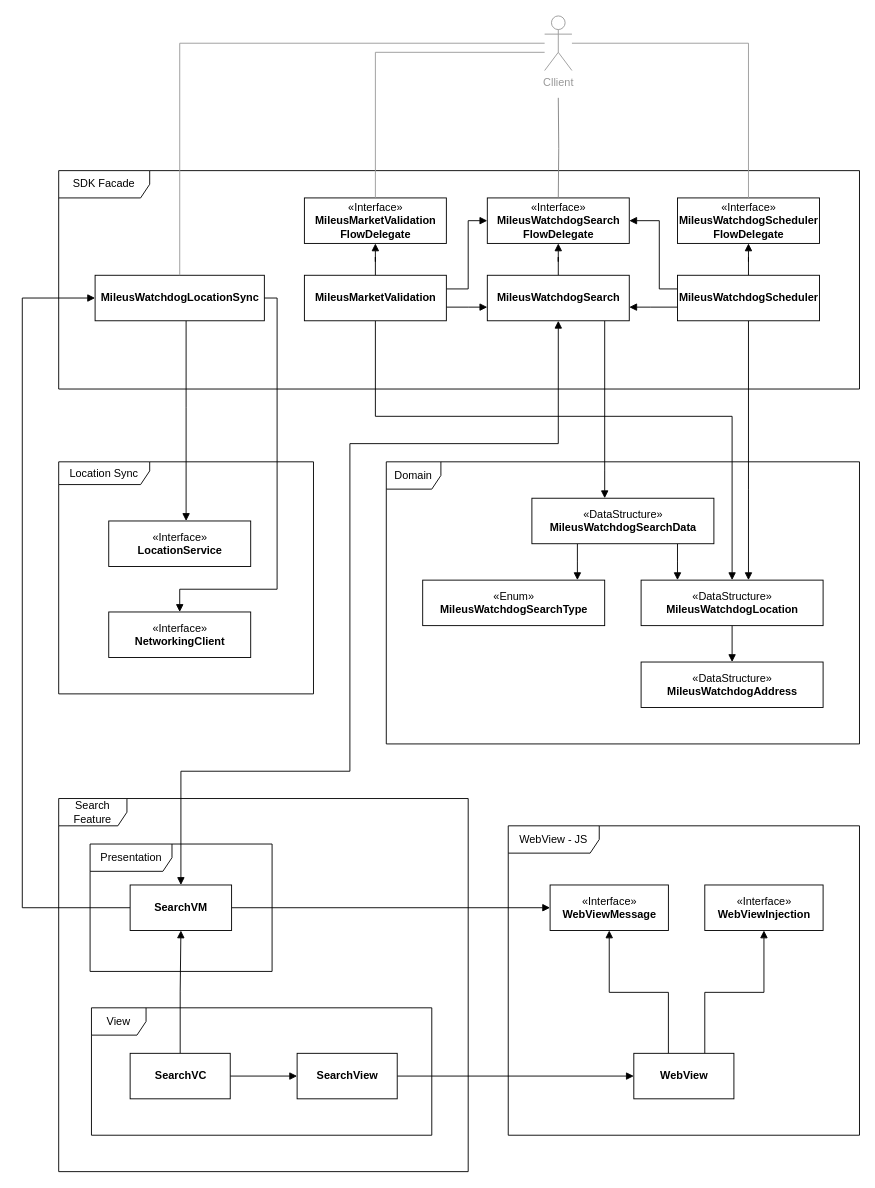
Before: Documentation/Mileus Internal SDK.drawio in mileus/watchdog-sdk-ios, a draw.io diagram. Source tidied: cells renumbered, new cells numbered last; positions are measured from the earlier drawing's top-left corner, leaving out a move shared by most shapes. Both pictures are drawn from the tidied source at 91%, with x=0, y=0 at pixel (22, 15).
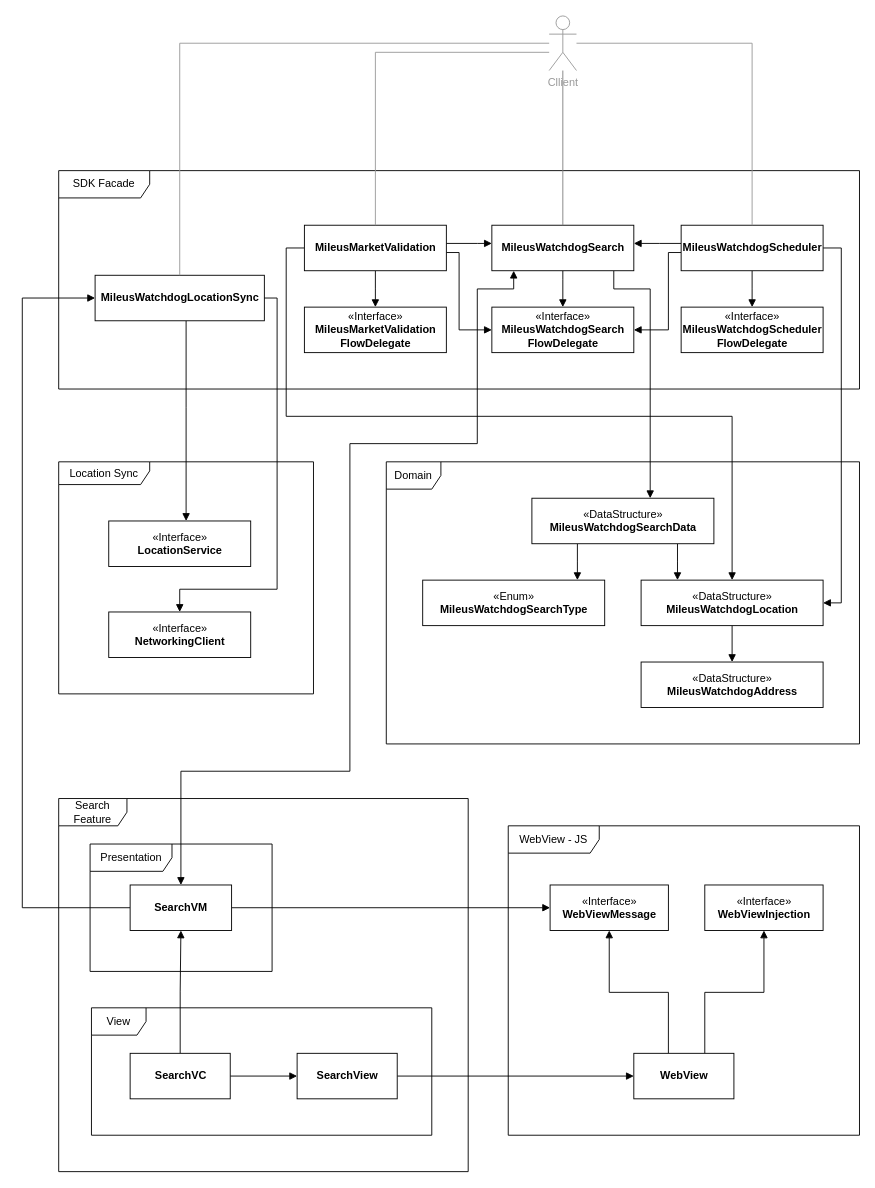
The same page after the edit.

Commit message (it also covers changes not shown here):
Updated Class Diagram.

Unchanged cells that the change refers to:
```xml
<mxCell id="16" value="&lt;b&gt;SearchVM&lt;/b&gt;" style="html=1;" parent="1" vertex="1">
  <mxGeometry x="118.5" y="955" width="111.5" height="50" as="geometry" />
</mxCell>
<mxCell id="34" value="«DataStructure»&lt;br&gt;&lt;b&gt;MileusWatchdogSearchData&lt;/b&gt;" style="html=1;" parent="1" vertex="1">
  <mxGeometry x="560" y="530" width="200" height="50" as="geometry" />
</mxCell>
<mxCell id="37" value="«DataStructure»&lt;br&gt;&lt;b&gt;MileusWatchdogLocation&lt;/b&gt;" style="html=1;" parent="1" vertex="1">
  <mxGeometry x="680" y="620" width="200" height="50" as="geometry" />
</mxCell>
```

Change to the diagram source:
```diff
@@
     <mxCell id="13" style="edgeStyle=orthogonalEdgeStyle;rounded=0;jettySize=auto;html=1;endArrow=block;endFill=1;startArrow=block;startFill=1;" parent="1" edge="1" source="16" target="19">
       <mxGeometry relative="1" as="geometry">
         <Array as="points">
           <mxPoint x="174" y="830" />
           <mxPoint x="360" y="830" />
           <mxPoint x="360" y="470" />
-          <mxPoint x="589" y="470" />
+          <mxPoint x="500" y="470" />
+          <mxPoint x="500" y="300" />
+          <mxPoint x="540" y="300" />
         </Array>
       </mxGeometry>
     </mxCell>
@@
     <mxCell id="17" style="edgeStyle=orthogonalEdgeStyle;rounded=0;jettySize=auto;html=1;endArrow=block;endFill=1;" parent="1" edge="1" source="19" target="40">
-      <mxGeometry relative="1" as="geometry" />
+      <mxGeometry relative="1" as="geometry">
+        <Array as="points">
+          <mxPoint x="594" y="290" />
+          <mxPoint x="594" y="290" />
+        </Array>
+      </mxGeometry>
     </mxCell>
     <mxCell id="18" style="edgeStyle=orthogonalEdgeStyle;rounded=0;jettySize=auto;html=1;endArrow=block;endFill=1;strokeColor=#000000;" parent="1" edge="1" source="19" target="34">
       <mxGeometry relative="1" as="geometry">
         <Array as="points">
-          <mxPoint x="640" y="500" />
-          <mxPoint x="640" y="500" />
+          <mxPoint x="650" y="300" />
+          <mxPoint x="690" y="300" />
         </Array>
       </mxGeometry>
     </mxCell>
     <mxCell id="19" value="&lt;b&gt;MileusWatchdogSearch&lt;/b&gt;" style="html=1;" parent="1" vertex="1">
-      <mxGeometry x="511" y="285" width="156" height="50" as="geometry" />
+      <mxGeometry x="516" y="230" width="156" height="50" as="geometry" />
     </mxCell>
     <mxCell id="20" style="edgeStyle=orthogonalEdgeStyle;rounded=0;jettySize=auto;html=1;endArrow=block;endFill=1;" parent="1" edge="1" source="24" target="19">
       <mxGeometry relative="1" as="geometry">
         <Array as="points">
-          <mxPoint x="490" y="320" />
-          <mxPoint x="490" y="320" />
+          <mxPoint x="500" y="250" />
+          <mxPoint x="500" y="250" />
         </Array>
       </mxGeometry>
     </mxCell>
     <mxCell id="21" style="edgeStyle=orthogonalEdgeStyle;rounded=0;jettySize=auto;html=1;endArrow=block;endFill=1;" parent="1" edge="1" source="24" target="39">
-      <mxGeometry relative="1" as="geometry" />
+      <mxGeometry relative="1" as="geometry">
+        <Array as="points">
+          <mxPoint x="388" y="300" />
+          <mxPoint x="388" y="300" />
+        </Array>
+      </mxGeometry>
     </mxCell>
     <mxCell id="22" style="edgeStyle=orthogonalEdgeStyle;rounded=0;jettySize=auto;html=1;endArrow=block;endFill=1;" parent="1" edge="1" source="24" target="40">
       <mxGeometry relative="1" as="geometry">
         <Array as="points">
-          <mxPoint x="490" y="300" />
-          <mxPoint x="490" y="225" />
+          <mxPoint x="480" y="260" />
+          <mxPoint x="480" y="345" />
         </Array>
       </mxGeometry>
     </mxCell>
     <mxCell id="23" style="edgeStyle=orthogonalEdgeStyle;rounded=0;jettySize=auto;html=1;endArrow=block;endFill=1;strokeColor=#000000;" parent="1" edge="1" source="24" target="37">
       <mxGeometry relative="1" as="geometry">
         <Array as="points">
-          <mxPoint x="388" y="440" />
+          <mxPoint x="290" y="255" />
+          <mxPoint x="290" y="440" />
           <mxPoint x="780" y="440" />
         </Array>
       </mxGeometry>
     </mxCell>
     <mxCell id="24" value="&lt;b&gt;MileusMarketValidation&lt;/b&gt;" style="html=1;" parent="1" vertex="1">
-      <mxGeometry x="310" y="285" width="156" height="50" as="geometry" />
+      <mxGeometry x="310" y="230" width="156" height="50" as="geometry" />
     </mxCell>
     <mxCell id="25" style="edgeStyle=orthogonalEdgeStyle;rounded=0;jettySize=auto;html=1;endArrow=block;endFill=1;" parent="1" edge="1" source="29" target="19">
       <mxGeometry relative="1" as="geometry">
         <Array as="points">
-          <mxPoint x="690" y="320" />
-          <mxPoint x="690" y="320" />
+          <mxPoint x="700" y="250" />
+          <mxPoint x="700" y="250" />
         </Array>
       </mxGeometry>
     </mxCell>
     <mxCell id="26" style="edgeStyle=orthogonalEdgeStyle;rounded=0;jettySize=auto;html=1;endArrow=block;endFill=1;" parent="1" edge="1" source="29" target="41">
-      <mxGeometry relative="1" as="geometry" />
+      <mxGeometry relative="1" as="geometry">
+        <Array as="points">
+          <mxPoint x="802" y="300" />
+          <mxPoint x="802" y="300" />
+        </Array>
+      </mxGeometry>
     </mxCell>
     <mxCell id="27" style="edgeStyle=orthogonalEdgeStyle;rounded=0;jettySize=auto;html=1;endArrow=block;endFill=1;" parent="1" edge="1" source="29" target="40">
       <mxGeometry relative="1" as="geometry">
         <Array as="points">
-          <mxPoint x="700" y="300" />
-          <mxPoint x="700" y="225" />
+          <mxPoint x="710" y="260" />
+          <mxPoint x="710" y="345" />
         </Array>
       </mxGeometry>
     </mxCell>
     <mxCell id="28" style="edgeStyle=orthogonalEdgeStyle;rounded=0;jettySize=auto;html=1;endArrow=block;endFill=1;strokeColor=#000000;" parent="1" edge="1" source="29" target="37">
       <mxGeometry relative="1" as="geometry">
         <Array as="points">
-          <mxPoint x="798" y="520" />
-          <mxPoint x="798" y="520" />
+          <mxPoint x="900" y="255" />
+          <mxPoint x="900" y="645" />
         </Array>
       </mxGeometry>
     </mxCell>
     <mxCell id="29" value="&lt;b&gt;MileusWatchdogScheduler&lt;/b&gt;" style="html=1;" parent="1" vertex="1">
-      <mxGeometry x="720" y="285" width="156" height="50" as="geometry" />
+      <mxGeometry x="724" y="230" width="156" height="50" as="geometry" />
     </mxCell>
@@
     <mxCell id="39" value="«Interface»&lt;b&gt;&lt;br&gt;MileusMarketValidation&lt;br&gt;FlowDelegate&lt;/b&gt;" style="html=1;" parent="1" vertex="1">
-      <mxGeometry x="310" y="200" width="156" height="50" as="geometry" />
+      <mxGeometry x="310" y="320" width="156" height="50" as="geometry" />
     </mxCell>
     <mxCell id="40" value="«Interface»&lt;b&gt;&lt;br&gt;MileusWatchdogSearch&lt;br&gt;FlowDelegate&lt;/b&gt;" style="html=1;" parent="1" vertex="1">
-      <mxGeometry x="511" y="200" width="156" height="50" as="geometry" />
+      <mxGeometry x="516" y="320" width="156" height="50" as="geometry" />
     </mxCell>
     <mxCell id="41" value="«Interface»&lt;b&gt;&lt;br&gt;MileusWatchdogScheduler&lt;br&gt;FlowDelegate&lt;/b&gt;" style="html=1;" parent="1" vertex="1">
-      <mxGeometry x="720" y="200" width="156" height="50" as="geometry" />
+      <mxGeometry x="724" y="320" width="156" height="50" as="geometry" />
     </mxCell>
-    <mxCell id="42" style="edgeStyle=orthogonalEdgeStyle;rounded=0;jettySize=auto;html=1;endArrow=none;endFill=0;strokeColor=#999999;" parent="1" edge="1" source="46" target="39">
+    <mxCell id="42" style="edgeStyle=orthogonalEdgeStyle;rounded=0;jettySize=auto;html=1;endArrow=none;endFill=0;strokeColor=#999999;" parent="1" edge="1" source="46" target="24">
       <mxGeometry relative="1" as="geometry">
         <Array as="points">
           <mxPoint x="388" y="40" />
         </Array>
       </mxGeometry>
     </mxCell>
-    <mxCell id="43" style="edgeStyle=orthogonalEdgeStyle;rounded=0;jettySize=auto;html=1;endArrow=none;endFill=0;strokeColor=#808080;" parent="1" edge="1" target="40">
-      <mxGeometry relative="1" as="geometry">
-        <mxPoint x="589" y="90" as="sourcePoint" />
-      </mxGeometry>
+    <mxCell id="43" style="edgeStyle=orthogonalEdgeStyle;rounded=0;jettySize=auto;html=1;endArrow=none;endFill=0;strokeColor=#808080;" parent="1" edge="1" source="46" target="19">
+      <mxGeometry relative="1" as="geometry" />
     </mxCell>
-    <mxCell id="44" style="edgeStyle=orthogonalEdgeStyle;rounded=0;jettySize=auto;html=1;endArrow=none;endFill=0;strokeColor=#999999;" parent="1" edge="1" source="46" target="41">
+    <mxCell id="44" style="edgeStyle=orthogonalEdgeStyle;rounded=0;jettySize=auto;html=1;endArrow=none;endFill=0;strokeColor=#999999;" parent="1" edge="1" source="46" target="29">
       <mxGeometry relative="1" as="geometry">
         <Array as="points">
-          <mxPoint x="798" y="30" />
+          <mxPoint x="802" y="30" />
         </Array>
       </mxGeometry>
     </mxCell>
@@
     <mxCell id="46" value="&lt;font color=&quot;#999999&quot;&gt;Cllient&lt;/font&gt;" style="shape=umlActor;verticalLabelPosition=bottom;verticalAlign=top;html=1;strokeColor=#999999;" parent="1" vertex="1">
-      <mxGeometry x="574" width="30" height="60" as="geometry" />
+      <mxGeometry x="579" width="30" height="60" as="geometry" />
     </mxCell>
```
